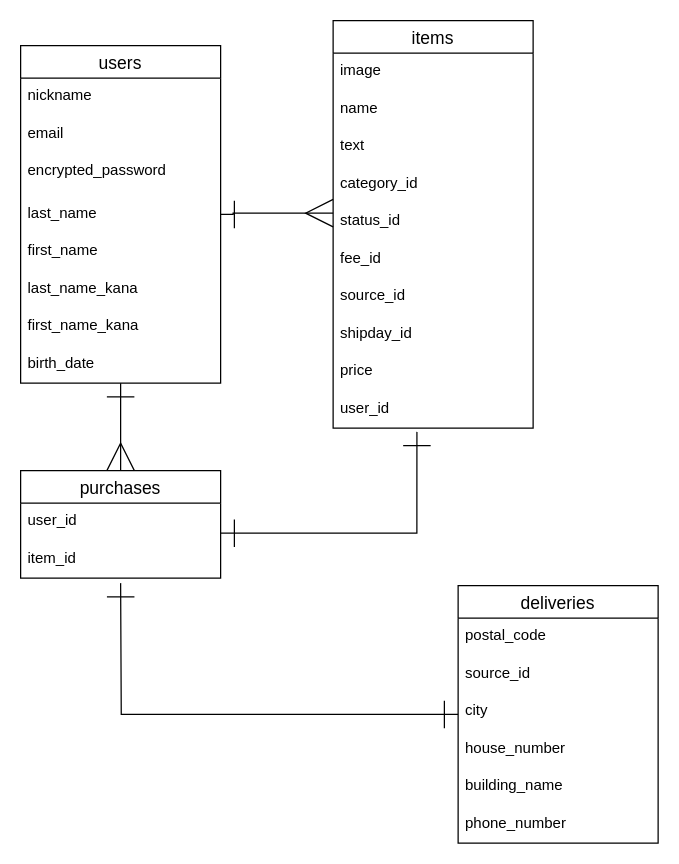
Above: ER.dio in polly0296/furima-36237 (draw.io), before the change. Source tidied: cells renumbered, new cells numbered last; positions are measured from the earlier drawing's top-left corner, leaving out a move shared by most shapes. Both pictures are drawn from the tidied source at 125%, with x=0, y=0 at pixel (20, 20).
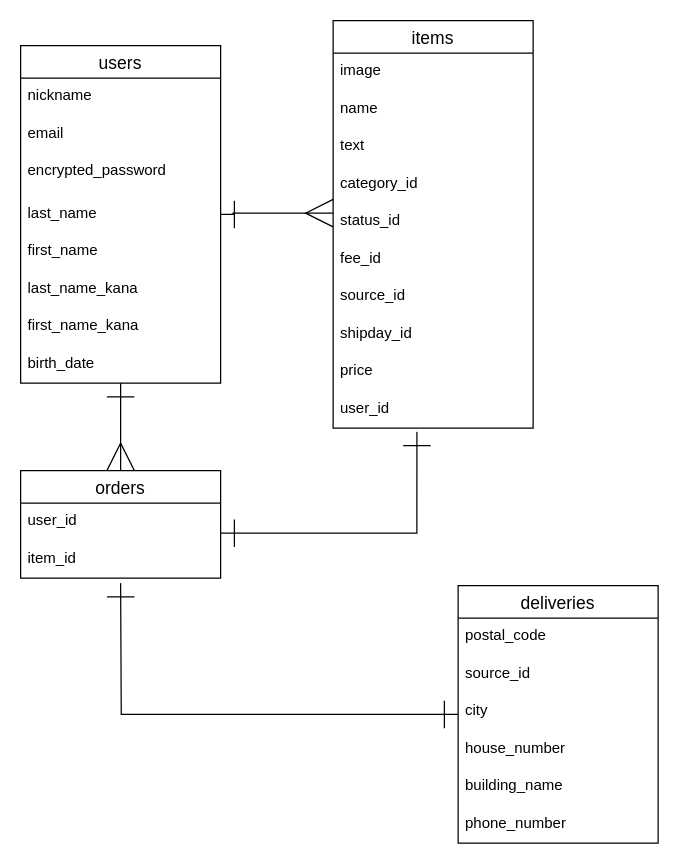
After the change.

The edit, as a diff of the source:
```diff
@@
-    <mxCell id="24" value="purchases" style="swimlane;fontStyle=0;horizontal=1;startSize=26;align=center;fontSize=14;" parent="1" vertex="1">
+    <mxCell id="24" value="orders" style="swimlane;fontStyle=0;horizontal=1;startSize=26;align=center;fontSize=14;" parent="1" vertex="1">
       <mxGeometry y="360" width="160" height="86" as="geometry" />
     </mxCell>
```
